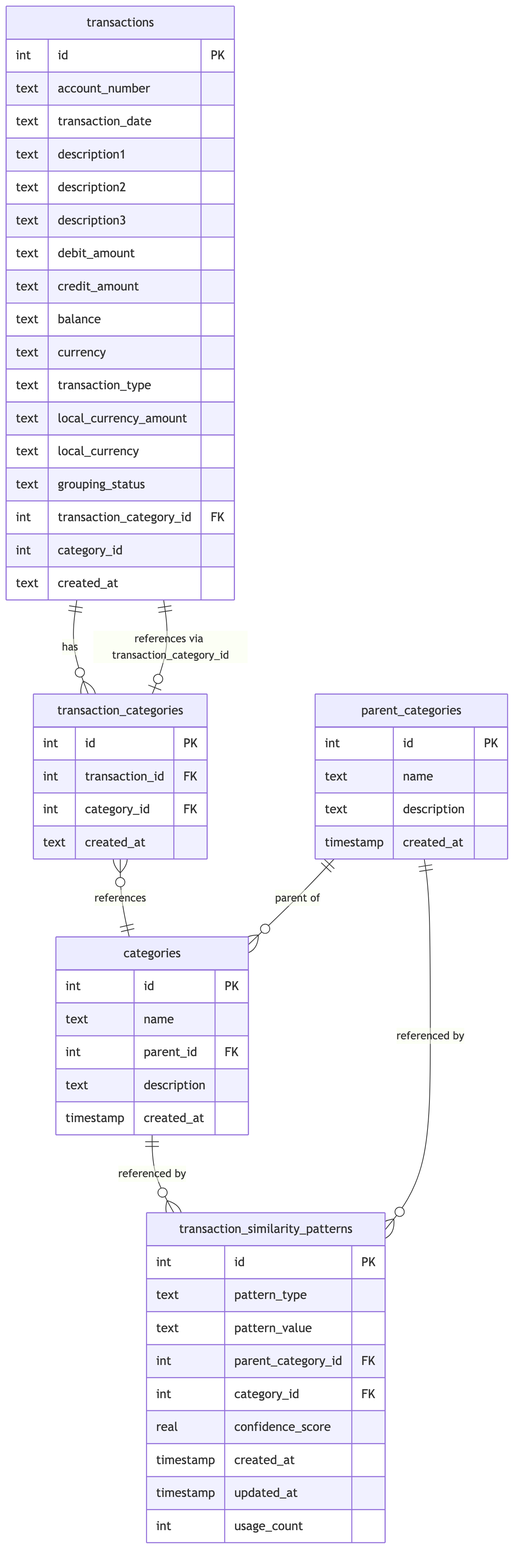
sids4ru/money-tracker keeps this Mermaid diagram as er-diagram.png. Above is the earlier version. Its source is kept beside it as er-diagram.mmd. Its diagram source:
```mermaid
erDiagram
    transactions {
        int id PK
        text account_number
        text transaction_date
        text description1
        text description2
        text description3
        text debit_amount
        text credit_amount
        text balance
        text currency
        text transaction_type
        text local_currency_amount
        text local_currency
        text grouping_status
        int transaction_category_id FK
        int category_id
        text created_at
    }

    parent_categories {
        int id PK
        text name
        text description
        timestamp created_at
    }

    categories {
        int id PK
        text name
        int parent_id FK
        text description
        timestamp created_at
    }

    transaction_categories {
        int id PK
        int transaction_id FK
        int category_id FK
        text created_at
    }

    transaction_similarity_patterns {
        int id PK
        text pattern_type
        text pattern_value
        int parent_category_id FK
        int category_id FK
        real confidence_score
        timestamp created_at
        timestamp updated_at
        int usage_count
    }

    transactions ||--o{ transaction_categories : "has"
    transaction_categories }o--|| categories : "references"
    transactions ||--o| transaction_categories : "references via transaction_category_id"
    parent_categories ||--o{ categories : "parent of"
    categories ||--o{ transaction_similarity_patterns : "referenced by"
    parent_categories ||--o{ transaction_similarity_patterns : "referenced by"
```
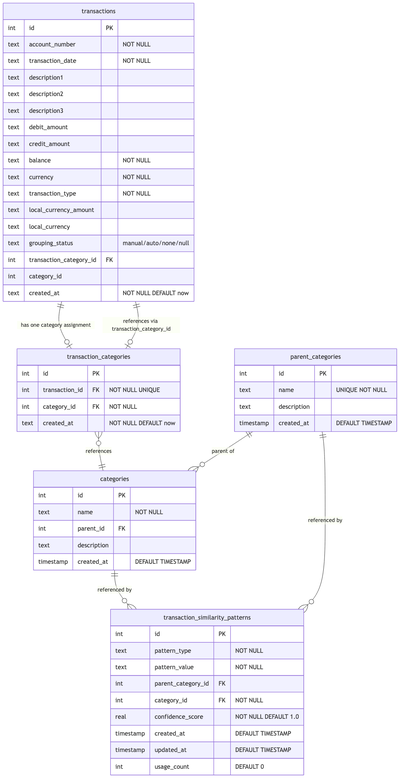
The same file after the commit.

What changed in the source:
```diff
@@ -1,59 +1,59 @@
 erDiagram
     transactions {
         int id PK
-        text account_number
-        text transaction_date
+        text account_number "NOT NULL"
+        text transaction_date "NOT NULL"
         text description1
         text description2
         text description3
         text debit_amount
         text credit_amount
-        text balance
-        text currency
-        text transaction_type
+        text balance "NOT NULL"
+        text currency "NOT NULL"
+        text transaction_type "NOT NULL"
         text local_currency_amount
         text local_currency
-        text grouping_status
+        text grouping_status "manual/auto/none/null"
         int transaction_category_id FK
         int category_id
-        text created_at
+        text created_at "NOT NULL DEFAULT now"
     }
 
     parent_categories {
         int id PK
-        text name
+        text name "UNIQUE NOT NULL"
         text description
-        timestamp created_at
+        timestamp created_at "DEFAULT TIMESTAMP"
     }
 
     categories {
         int id PK
-        text name
+        text name "NOT NULL"
         int parent_id FK
         text description
-        timestamp created_at
+        timestamp created_at "DEFAULT TIMESTAMP"
     }
 
     transaction_categories {
         int id PK
-        int transaction_id FK
-        int category_id FK
-        text created_at
+        int transaction_id FK "NOT NULL UNIQUE"
+        int category_id FK "NOT NULL"
+        text created_at "NOT NULL DEFAULT now"
     }
 
     transaction_similarity_patterns {
         int id PK
-        text pattern_type
-        text pattern_value
+        text pattern_type "NOT NULL"
+        text pattern_value "NOT NULL"
         int parent_category_id FK
-        int category_id FK
-        real confidence_score
-        timestamp created_at
-        timestamp updated_at
-        int usage_count
+        int category_id FK "NOT NULL"
+        real confidence_score "NOT NULL DEFAULT 1.0"
+        timestamp created_at "DEFAULT TIMESTAMP"
+        timestamp updated_at "DEFAULT TIMESTAMP"
+        int usage_count "DEFAULT 0"
     }
 
-    transactions ||--o{ transaction_categories : "has"
+    transactions ||--o| transaction_categories : "has one category assignment"
     transaction_categories }o--|| categories : "references"
     transactions ||--o| transaction_categories : "references via transaction_category_id"
     parent_categories ||--o{ categories : "parent of"
```
